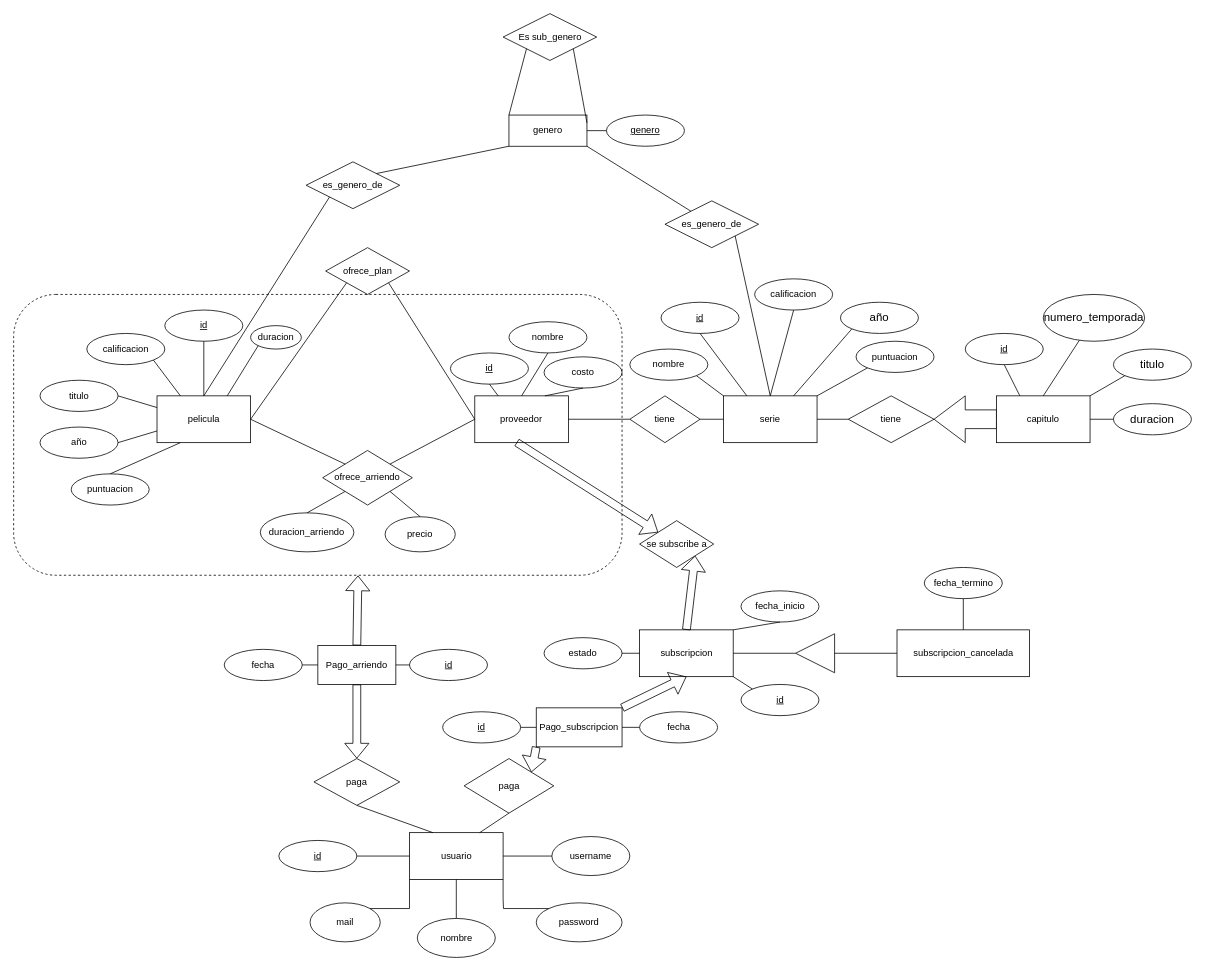
Diegothx/bdd-125 keeps this draw.io diagram as Entrega_2/diagrama.drawio. Above is the earlier version. Source tidied: cells renumbered, new cells numbered last; positions are measured from the earlier drawing's top-left corner, leaving out a move shared by most shapes. Both pictures are drawn from the tidied source at 78%, with x=0, y=0 at pixel (13, 13).
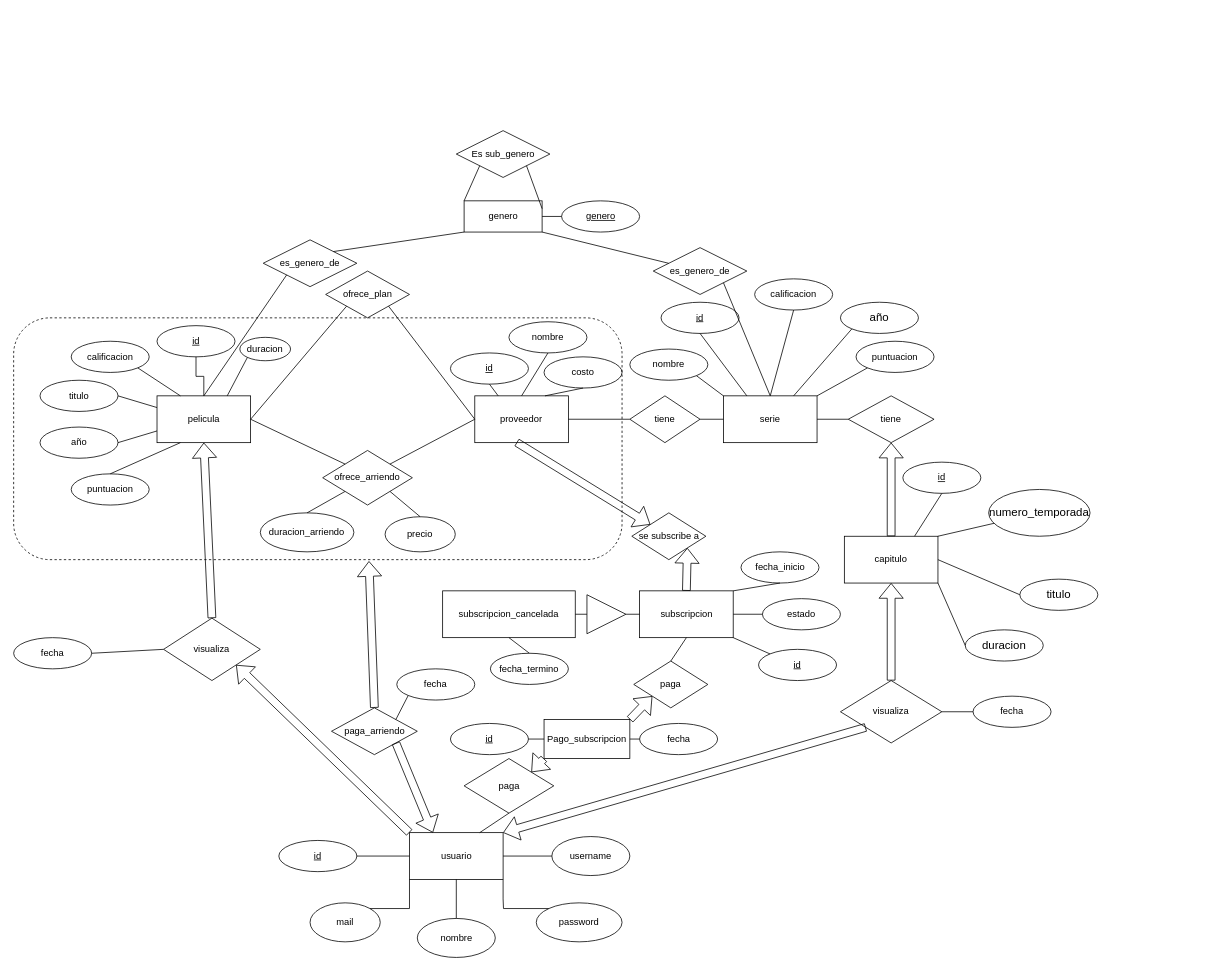
The same page after the edit.

Unchanged cells that the change refers to:
```xml
<mxCell id="2" value="usuario" style="rounded=0;whiteSpace=wrap;html=1;" parent="1" vertex="1">
  <mxGeometry x="507.5" y="1050" width="120" height="60" as="geometry" />
</mxCell>
<mxCell id="5" value="pelicula" style="rounded=0;whiteSpace=wrap;html=1;" parent="1" vertex="1">
  <mxGeometry x="183.8" y="490" width="120" height="60" as="geometry" />
</mxCell>
<mxCell id="61" value="tiene" style="shape=rhombus;perimeter=rhombusPerimeter;whiteSpace=wrap;html=1;align=center;" parent="1" vertex="1">
  <mxGeometry x="1070" y="490" width="110" height="60" as="geometry" />
</mxCell>
```

Change to the diagram source:
```diff
@@
     <mxCell id="6" value="id" style="ellipse;whiteSpace=wrap;html=1;align=center;fontStyle=4;" parent="1" vertex="1">
-      <mxGeometry x="193.8" y="380" width="100" height="40" as="geometry" />
+      <mxGeometry x="183.8" y="400" width="100" height="40" as="geometry" />
     </mxCell>
@@
     <mxCell id="14" value="ofrece_plan" style="shape=rhombus;perimeter=rhombusPerimeter;whiteSpace=wrap;html=1;align=center;" parent="1" vertex="1">
-      <mxGeometry x="400" y="300" width="107.5" height="60" as="geometry" />
+      <mxGeometry x="400" y="330" width="107.5" height="60" as="geometry" />
     </mxCell>
@@
     <mxCell id="30" value="duracion" style="ellipse;whiteSpace=wrap;html=1;align=center;" parent="1" vertex="1">
-      <mxGeometry x="303.8" y="400" width="65" height="30" as="geometry" />
+      <mxGeometry x="290" y="415" width="65" height="30" as="geometry" />
     </mxCell>
     <mxCell id="31" value="calificacion" style="ellipse;whiteSpace=wrap;html=1;align=center;" parent="1" vertex="1">
-      <mxGeometry x="93.8" y="410" width="100" height="40" as="geometry" />
+      <mxGeometry x="73.8" y="420" width="100" height="40" as="geometry" />
     </mxCell>
@@
-    <mxCell id="57" value="paga" style="rhombus;whiteSpace=wrap;html=1;" parent="1" vertex="1">
-      <mxGeometry x="385" y="955" width="110" height="60" as="geometry" />
+    <mxCell id="57" value="paga_arriendo" style="rhombus;whiteSpace=wrap;html=1;" parent="1" vertex="1">
+      <mxGeometry x="407.5" y="890" width="110" height="60" as="geometry" />
     </mxCell>
-    <mxCell id="58" style="endArrow=none;html=1;rounded=0;entryX=0.25;entryY=0;entryDx=0;entryDy=0;exitX=0.5;exitY=1;exitDx=0;exitDy=0;" parent="1" edge="1" source="57" target="2">
-      <mxGeometry relative="1" as="geometry" />
-    </mxCell>
     <mxCell id="59" value="capitulo" style="whiteSpace=wrap;html=1;align=center;" parent="1" vertex="1">
-      <mxGeometry x="1260" y="490" width="120" height="60" as="geometry" />
+      <mxGeometry x="1065" y="670" width="120" height="60" as="geometry" />
     </mxCell>
-    <mxCell id="60" style="edgeStyle=none;rounded=0;jettySize=auto;html=1;" parent="1" edge="1" source="61" target="63">
-      <mxGeometry relative="1" as="geometry" />
-    </mxCell>
@@
-    <mxCell id="63" style="html=1;shadow=0;dashed=0;align=center;verticalAlign=middle;shape=mxgraph.arrows2.arrow;dy=0.6;dx=40;flipH=1;notch=0;" parent="1" vertex="1">
-      <mxGeometry x="1180" y="490" width="80" height="60" as="geometry" />
-    </mxCell>
     <mxCell id="64" value="id" style="ellipse;whiteSpace=wrap;html=1;align=center;fontStyle=4;" parent="1" vertex="1">
-      <mxGeometry x="1220" y="410" width="100" height="40" as="geometry" />
+      <mxGeometry x="1140" y="575" width="100" height="40" as="geometry" />
     </mxCell>
-    <mxCell id="65" style="endArrow=none;html=1;rounded=0;entryX=0.25;entryY=0;entryDx=0;entryDy=0;exitX=0.5;exitY=1;exitDx=0;exitDy=0;" parent="1" edge="1" source="64" target="59">
+    <mxCell id="65" style="endArrow=none;html=1;rounded=0;entryX=0.75;entryY=0;entryDx=0;entryDy=0;exitX=0.5;exitY=1;exitDx=0;exitDy=0;" parent="1" edge="1" source="64" target="59">
       <mxGeometry relative="1" as="geometry" />
     </mxCell>
     <mxCell id="66" value="&lt;span style=&quot;font-size: 11.0pt ; line-height: 107% ; font-family: &amp;#34;calibri&amp;#34; , sans-serif&quot;&gt;numero_temporada&lt;/span&gt;" style="ellipse;whiteSpace=wrap;html=1;align=center;" parent="1" vertex="1">
-      <mxGeometry x="1320" y="360" width="130" height="60" as="geometry" />
+      <mxGeometry x="1250" y="610" width="130" height="60" as="geometry" />
     </mxCell>
     <mxCell id="67" value="&lt;span style=&quot;font-size: 11.0pt ; line-height: 107% ; font-family: &amp;#34;calibri&amp;#34; , sans-serif&quot;&gt;titulo&lt;/span&gt;" style="ellipse;whiteSpace=wrap;html=1;align=center;" parent="1" vertex="1">
-      <mxGeometry x="1410" y="430" width="100" height="40" as="geometry" />
+      <mxGeometry x="1290" y="725" width="100" height="40" as="geometry" />
     </mxCell>
@@
     <mxCell id="69" value="&lt;span style=&quot;font-size: 11.0pt ; line-height: 107% ; font-family: &amp;#34;calibri&amp;#34; , sans-serif&quot;&gt;duracion&lt;/span&gt;" style="ellipse;whiteSpace=wrap;html=1;align=center;" parent="1" vertex="1">
-      <mxGeometry x="1410" y="500" width="100" height="40" as="geometry" />
+      <mxGeometry x="1220" y="790" width="100" height="40" as="geometry" />
     </mxCell>
-    <mxCell id="70" style="endArrow=none;html=1;rounded=0;exitX=0.5;exitY=0;exitDx=0;exitDy=0;" parent="1" edge="1" source="59" target="66">
+    <mxCell id="70" style="endArrow=none;html=1;rounded=0;exitX=1;exitY=0;exitDx=0;exitDy=0;" parent="1" edge="1" source="59" target="66">
       <mxGeometry relative="1" as="geometry" />
     </mxCell>
-    <mxCell id="71" style="endArrow=none;html=1;rounded=0;entryX=0;entryY=0.5;entryDx=0;entryDy=0;" parent="1" edge="1" target="69">
-      <mxGeometry relative="1" as="geometry">
-        <mxPoint x="1380" y="520" as="sourcePoint" />
-      </mxGeometry>
+    <mxCell id="71" style="endArrow=none;html=1;rounded=0;entryX=0;entryY=0.5;entryDx=0;entryDy=0;exitX=1;exitY=1;exitDx=0;exitDy=0;" parent="1" edge="1" source="59" target="69">
+      <mxGeometry relative="1" as="geometry" />
     </mxCell>
@@
-    <mxCell id="73" style="endArrow=none;html=1;rounded=0;entryX=0;entryY=1;entryDx=0;entryDy=0;exitX=1;exitY=0;exitDx=0;exitDy=0;" parent="1" edge="1" source="59" target="67">
+    <mxCell id="73" style="endArrow=none;html=1;rounded=0;entryX=0;entryY=0.5;entryDx=0;entryDy=0;exitX=1;exitY=0.5;exitDx=0;exitDy=0;" parent="1" edge="1" source="59" target="67">
       <mxGeometry relative="1" as="geometry" />
     </mxCell>
     <mxCell id="74" value="genero" style="whiteSpace=wrap;html=1;align=center;" parent="1" vertex="1">
-      <mxGeometry x="635" y="130" width="100" height="40" as="geometry" />
+      <mxGeometry x="577.5" y="240" width="100" height="40" as="geometry" />
     </mxCell>
     <mxCell id="75" value="Es sub_genero" style="shape=rhombus;perimeter=rhombusPerimeter;whiteSpace=wrap;html=1;align=center;" parent="1" vertex="1">
-      <mxGeometry x="627.5" width="120" height="60" as="geometry" />
+      <mxGeometry x="567.5" y="150" width="120" height="60" as="geometry" />
     </mxCell>
@@
     <mxCell id="78" value="es_genero_de" style="shape=rhombus;perimeter=rhombusPerimeter;whiteSpace=wrap;html=1;align=center;" parent="1" vertex="1">
-      <mxGeometry x="375" y="190" width="120" height="60" as="geometry" />
+      <mxGeometry x="320" y="290" width="120" height="60" as="geometry" />
     </mxCell>
     <mxCell id="79" value="es_genero_de" style="shape=rhombus;perimeter=rhombusPerimeter;whiteSpace=wrap;html=1;align=center;" parent="1" vertex="1">
-      <mxGeometry x="835" y="240" width="120" height="60" as="geometry" />
+      <mxGeometry x="820" y="300" width="120" height="60" as="geometry" />
     </mxCell>
@@
     <mxCell id="84" value="&lt;span&gt;subscripcion&lt;/span&gt;" style="rounded=0;whiteSpace=wrap;html=1;" parent="1" vertex="1">
-      <mxGeometry x="802.5" y="790" width="120" height="60" as="geometry" />
+      <mxGeometry x="802.5" y="740" width="120" height="60" as="geometry" />
     </mxCell>
     <mxCell id="85" value="subscripcion_cancelada" style="rounded=0;whiteSpace=wrap;html=1;" parent="1" vertex="1">
-      <mxGeometry x="1132.5" y="790" width="170" height="60" as="geometry" />
+      <mxGeometry x="550" y="740" width="170" height="60" as="geometry" />
     </mxCell>
-    <mxCell id="86" style="triangle;whiteSpace=wrap;html=1;rotation=-180;" parent="1" vertex="1">
-      <mxGeometry x="1002.5" y="795" width="50" height="50" as="geometry" />
+    <mxCell id="86" style="triangle;whiteSpace=wrap;html=1;rotation=0;" parent="1" vertex="1">
+      <mxGeometry x="735" y="745" width="50" height="50" as="geometry" />
     </mxCell>
@@
     <mxCell id="88" value="se subscribe a" style="shape=rhombus;perimeter=rhombusPerimeter;whiteSpace=wrap;html=1;align=center;" parent="1" vertex="1">
-      <mxGeometry x="802.5" y="650" width="95" height="60" as="geometry" />
+      <mxGeometry x="792.5" y="640" width="95" height="60" as="geometry" />
     </mxCell>
     <mxCell id="89" value="id" style="ellipse;whiteSpace=wrap;html=1;align=center;fontStyle=4;" parent="1" vertex="1">
-      <mxGeometry x="932.5" y="860" width="100" height="40" as="geometry" />
+      <mxGeometry x="955" y="815" width="100" height="40" as="geometry" />
     </mxCell>
@@
     <mxCell id="91" value="fecha_termino" style="ellipse;whiteSpace=wrap;html=1;align=center;" parent="1" vertex="1">
-      <mxGeometry x="1167.5" y="710" width="100" height="40" as="geometry" />
+      <mxGeometry x="611.2" y="820" width="100" height="40" as="geometry" />
     </mxCell>
-    <mxCell id="92" style="endArrow=none;html=1;rounded=0;exitX=0.5;exitY=0;exitDx=0;exitDy=0;entryX=0.5;entryY=1;entryDx=0;entryDy=0;" parent="1" edge="1" source="85" target="91">
+    <mxCell id="92" style="endArrow=none;html=1;rounded=0;exitX=0.5;exitY=1;exitDx=0;exitDy=0;entryX=0.5;entryY=0;entryDx=0;entryDy=0;" parent="1" edge="1" source="85" target="91">
       <mxGeometry relative="1" as="geometry" />
     </mxCell>
     <mxCell id="93" value="fecha_inicio" style="ellipse;whiteSpace=wrap;html=1;align=center;" parent="1" vertex="1">
-      <mxGeometry x="932.5" y="740" width="100" height="40" as="geometry" />
+      <mxGeometry x="932.5" y="690" width="100" height="40" as="geometry" />
     </mxCell>
@@
     <mxCell id="95" value="estado" style="ellipse;whiteSpace=wrap;html=1;align=center;" parent="1" vertex="1">
-      <mxGeometry x="680" y="800" width="100" height="40" as="geometry" />
+      <mxGeometry x="960" y="750" width="100" height="40" as="geometry" />
     </mxCell>
-    <mxCell id="96" style="endArrow=none;html=1;rounded=0;exitX=1;exitY=0.5;exitDx=0;exitDy=0;entryX=0;entryY=0.5;entryDx=0;entryDy=0;" parent="1" edge="1" source="95" target="84">
-      <mxGeometry relative="1" as="geometry" />
-    </mxCell>
     <mxCell id="97" value="Pago_subscripcion" style="whiteSpace=wrap;html=1;align=center;" parent="1" vertex="1">
-      <mxGeometry x="670" y="890" width="110" height="50" as="geometry" />
+      <mxGeometry x="680" y="905" width="110" height="50" as="geometry" />
     </mxCell>
-    <mxCell id="98" value="Pago_arriendo" style="whiteSpace=wrap;html=1;align=center;" parent="1" vertex="1">
-      <mxGeometry x="390" y="810" width="100" height="50" as="geometry" />
-    </mxCell>
-    <mxCell id="99" style="shape=flexArrow;endArrow=classic;html=1;rounded=0;entryX=0.5;entryY=0;entryDx=0;entryDy=0;exitX=0.5;exitY=1;exitDx=0;exitDy=0;" parent="1" edge="1" source="98" target="57">
+    <mxCell id="99" style="shape=flexArrow;endArrow=classic;html=1;rounded=0;entryX=0.25;entryY=0;entryDx=0;entryDy=0;exitX=1;exitY=1;exitDx=0;exitDy=0;" parent="1" edge="1" source="57" target="2">
       <mxGeometry relative="1" as="geometry" />
     </mxCell>
@@
-    <mxCell id="101" style="shape=flexArrow;endArrow=classic;html=1;rounded=0;exitX=1;exitY=0;exitDx=0;exitDy=0;entryX=0.5;entryY=1;entryDx=0;entryDy=0;" parent="1" edge="1" source="97" target="84">
+    <mxCell id="101" style="shape=flexArrow;endArrow=classic;html=1;rounded=0;exitX=1;exitY=0;exitDx=0;exitDy=0;entryX=0;entryY=1;entryDx=0;entryDy=0;" parent="1" edge="1" source="97" target="117">
       <mxGeometry relative="1" as="geometry" />
     </mxCell>
     <mxCell id="102" style="rounded=1;whiteSpace=wrap;html=1;dashed=1;fillColor=none;" parent="1" vertex="1">
-      <mxGeometry y="360" width="780" height="360" as="geometry" />
+      <mxGeometry y="390" width="780" height="310" as="geometry" />
     </mxCell>
-    <mxCell id="103" style="shape=flexArrow;endArrow=classic;html=1;rounded=0;exitX=0.5;exitY=0;exitDx=0;exitDy=0;entryX=0.566;entryY=1.001;entryDx=0;entryDy=0;entryPerimeter=0;" parent="1" edge="1" source="98" target="102">
+    <mxCell id="103" style="shape=flexArrow;endArrow=classic;html=1;rounded=0;exitX=0.5;exitY=0;exitDx=0;exitDy=0;entryX=0.584;entryY=1.006;entryDx=0;entryDy=0;entryPerimeter=0;" parent="1" edge="1" source="57" target="102">
       <mxGeometry relative="1" as="geometry" />
     </mxCell>
     <mxCell id="104" value="fecha" style="ellipse;whiteSpace=wrap;html=1;align=center;fillColor=default;" parent="1" vertex="1">
-      <mxGeometry x="270" y="815" width="100" height="40" as="geometry" />
+      <mxGeometry x="491.2" y="840" width="100" height="40" as="geometry" />
     </mxCell>
-    <mxCell id="105" value="id" style="ellipse;whiteSpace=wrap;html=1;align=center;fontStyle=4;fillColor=default;" parent="1" vertex="1">
-      <mxGeometry x="507.5" y="815" width="100" height="40" as="geometry" />
-    </mxCell>
-    <mxCell id="106" style="endArrow=none;html=1;rounded=0;exitX=1;exitY=0.5;exitDx=0;exitDy=0;entryX=0;entryY=0.5;entryDx=0;entryDy=0;" parent="1" edge="1" source="104" target="98">
+    <mxCell id="106" style="endArrow=none;html=1;rounded=0;exitX=0;exitY=1;exitDx=0;exitDy=0;entryX=1;entryY=0;entryDx=0;entryDy=0;" parent="1" edge="1" source="104" target="57">
       <mxGeometry relative="1" as="geometry" />
     </mxCell>
-    <mxCell id="107" style="endArrow=none;html=1;rounded=0;exitX=1;exitY=0.5;exitDx=0;exitDy=0;entryX=0;entryY=0.5;entryDx=0;entryDy=0;" parent="1" edge="1" source="98" target="105">
-      <mxGeometry relative="1" as="geometry" />
-    </mxCell>
     <mxCell id="108" value="fecha" style="ellipse;whiteSpace=wrap;html=1;align=center;fillColor=default;" parent="1" vertex="1">
-      <mxGeometry x="802.5" y="895" width="100" height="40" as="geometry" />
+      <mxGeometry x="802.5" y="910" width="100" height="40" as="geometry" />
     </mxCell>
     <mxCell id="109" value="id" style="ellipse;whiteSpace=wrap;html=1;align=center;fontStyle=4;fillColor=default;" parent="1" vertex="1">
-      <mxGeometry x="550" y="895" width="100" height="40" as="geometry" />
+      <mxGeometry x="560" y="910" width="100" height="40" as="geometry" />
     </mxCell>
@@
-    <mxCell id="112" style="endArrow=none;html=1;rounded=0;exitX=0;exitY=0.5;exitDx=0;exitDy=0;entryX=0;entryY=0.5;entryDx=0;entryDy=0;" parent="1" edge="1" source="86" target="85">
+    <mxCell id="112" style="endArrow=none;html=1;rounded=0;exitX=0;exitY=0.5;exitDx=0;exitDy=0;entryX=1;entryY=0.5;entryDx=0;entryDy=0;" parent="1" edge="1" source="86" target="85">
       <mxGeometry relative="1" as="geometry" />
     </mxCell>
-    <mxCell id="113" style="endArrow=none;html=1;rounded=0;exitX=1;exitY=0.5;exitDx=0;exitDy=0;entryX=1;entryY=0.5;entryDx=0;entryDy=0;" parent="1" edge="1" source="84" target="86">
-      <mxGeometry relative="1" as="geometry" />
-    </mxCell>
     <mxCell id="114" value="genero" style="ellipse;whiteSpace=wrap;html=1;align=center;fontStyle=4;" parent="1" vertex="1">
-      <mxGeometry x="760" y="130" width="100" height="40" as="geometry" />
+      <mxGeometry x="702.5" y="240" width="100" height="40" as="geometry" />
     </mxCell>
@@
+    <mxCell id="117" value="paga" style="shape=rhombus;perimeter=rhombusPerimeter;whiteSpace=wrap;html=1;align=center;" parent="1" vertex="1">
+      <mxGeometry x="795" y="830" width="95" height="60" as="geometry" />
+    </mxCell>
+    <mxCell id="118" style="endArrow=none;html=1;rounded=0;exitX=0.5;exitY=1;exitDx=0;exitDy=0;entryX=0.5;entryY=0;entryDx=0;entryDy=0;" parent="1" edge="1" source="84" target="117">
+      <mxGeometry relative="1" as="geometry" />
+    </mxCell>
+    <mxCell id="119" value="visualiza" style="rhombus;whiteSpace=wrap;html=1;fillColor=default;" parent="1" vertex="1">
+      <mxGeometry x="192.2" y="775" width="124" height="80" as="geometry" />
+    </mxCell>
+    <mxCell id="120" value="&lt;span&gt;visualiza&lt;/span&gt;" style="rhombus;whiteSpace=wrap;html=1;fillColor=default;" parent="1" vertex="1">
+      <mxGeometry x="1060" y="855" width="130" height="80" as="geometry" />
+    </mxCell>
+    <mxCell id="121" style="endArrow=none;html=1;rounded=0;exitX=1;exitY=0.5;exitDx=0;exitDy=0;" parent="1" edge="1" source="86" target="84">
+      <mxGeometry relative="1" as="geometry" />
+    </mxCell>
+    <mxCell id="122" style="endArrow=none;html=1;rounded=0;exitX=1;exitY=0.5;exitDx=0;exitDy=0;entryX=0;entryY=0.5;entryDx=0;entryDy=0;" parent="1" edge="1" source="84" target="95">
+      <mxGeometry relative="1" as="geometry" />
+    </mxCell>
+    <mxCell id="123" style="shape=flexArrow;endArrow=classic;html=1;rounded=0;entryX=0.5;entryY=1;entryDx=0;entryDy=0;exitX=0.5;exitY=0;exitDx=0;exitDy=0;" parent="1" edge="1" source="120" target="59">
+      <mxGeometry relative="1" as="geometry" />
+    </mxCell>
+    <mxCell id="124" style="shape=flexArrow;endArrow=classic;html=1;rounded=0;entryX=1;entryY=0;entryDx=0;entryDy=0;exitX=0;exitY=1;exitDx=0;exitDy=0;" parent="1" edge="1" source="120" target="2">
+      <mxGeometry relative="1" as="geometry" />
+    </mxCell>
+    <mxCell id="125" value="fecha" style="ellipse;whiteSpace=wrap;html=1;align=center;fillColor=default;" parent="1" vertex="1">
+      <mxGeometry x="1230" y="875" width="100" height="40" as="geometry" />
+    </mxCell>
+    <mxCell id="126" value="fecha" style="ellipse;whiteSpace=wrap;html=1;align=center;fillColor=default;" parent="1" vertex="1">
+      <mxGeometry y="800" width="100" height="40" as="geometry" />
+    </mxCell>
+    <mxCell id="127" style="endArrow=none;html=1;rounded=0;exitX=1;exitY=0.5;exitDx=0;exitDy=0;entryX=0;entryY=0.5;entryDx=0;entryDy=0;" parent="1" edge="1" source="126" target="119">
+      <mxGeometry relative="1" as="geometry" />
+    </mxCell>
+    <mxCell id="128" style="endArrow=none;html=1;rounded=0;exitX=0;exitY=0.5;exitDx=0;exitDy=0;entryX=1;entryY=0.5;entryDx=0;entryDy=0;" parent="1" edge="1" source="125" target="120">
+      <mxGeometry relative="1" as="geometry" />
+    </mxCell>
+    <mxCell id="129" style="shape=flexArrow;endArrow=classic;html=1;rounded=0;exitX=0;exitY=0;exitDx=0;exitDy=0;entryX=1;entryY=1;entryDx=0;entryDy=0;" parent="1" edge="1" source="2" target="119">
+      <mxGeometry relative="1" as="geometry" />
+    </mxCell>
+    <mxCell id="130" style="shape=flexArrow;endArrow=classic;html=1;rounded=0;exitX=0.5;exitY=0;exitDx=0;exitDy=0;entryX=0.5;entryY=1;entryDx=0;entryDy=0;" parent="1" edge="1" source="119" target="5">
+      <mxGeometry relative="1" as="geometry" />
+    </mxCell>
+    <mxCell id="131" style="shape=flexArrow;endArrow=classic;html=1;rounded=0;exitX=0.5;exitY=0;exitDx=0;exitDy=0;entryX=0.5;entryY=1;entryDx=0;entryDy=0;" parent="1" edge="1" source="59" target="61">
+      <mxGeometry relative="1" as="geometry" />
+    </mxCell>
```
